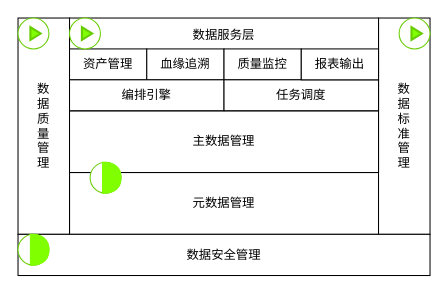
This is 数据平台分层结构.drawio from jingmian/design-repo, a draw.io file, before an edit. Source tidied: cells renumbered, new cells numbered last; positions are measured from the earlier drawing's top-left corner, leaving out a move shared by most shapes. Both pictures are drawn from the tidied source at 103%, with x=0, y=0 at pixel (18, 18).
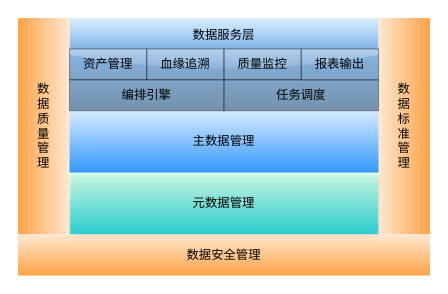
The same diagram, later.

Commit message:
更新数据平台分层结构.drawio

What changed in the source:
```diff
@@
+    <mxCell id="7" value="数据服务层&lt;br&gt;&lt;br&gt;&lt;br&gt;&lt;br&gt;&lt;br&gt;" style="rounded=0;whiteSpace=wrap;html=1;align=center;strokeColor=none;fillColor=#3399FF;gradientColor=#003366;opacity=90;shadow=0;comic=0;glass=1;" parent="1" vertex="1">
+      <mxGeometry x="50" width="300" height="90" as="geometry" />
+    </mxCell>
-    <mxCell id="2" value="元数据管理" style="rounded=0;whiteSpace=wrap;html=1;" parent="1" vertex="1">
+    <mxCell id="2" value="元数据管理" style="rounded=0;whiteSpace=wrap;html=1;fillColor=#CCFFE6;gradientColor=#00CCCC;strokeColor=none;shadow=1;opacity=80;" parent="1" vertex="1">
       <mxGeometry x="50" y="150" width="300" height="60" as="geometry" />
     </mxCell>
-    <mxCell id="3" value="数&lt;br&gt;据&lt;br&gt;质&lt;br&gt;量&lt;br&gt;管&lt;br&gt;理" style="rounded=0;whiteSpace=wrap;html=1;" parent="1" vertex="1">
+    <mxCell id="3" value="数&lt;br&gt;据&lt;br&gt;质&lt;br&gt;量&lt;br&gt;管&lt;br&gt;理" style="rounded=0;whiteSpace=wrap;html=1;gradientColor=#FF9933;fillColor=#FFE6CC;gradientDirection=west;strokeColor=none;shadow=0;glass=0;opacity=90;" parent="1" vertex="1">
       <mxGeometry width="50" height="210" as="geometry" />
     </mxCell>
-    <mxCell id="4" value="数&lt;br&gt;据&lt;br&gt;标&lt;br&gt;准&lt;br&gt;管&lt;br&gt;理" style="rounded=0;whiteSpace=wrap;html=1;" parent="1" vertex="1">
+    <mxCell id="4" value="数&lt;br&gt;据&lt;br&gt;标&lt;br&gt;准&lt;br&gt;管&lt;br&gt;理" style="rounded=0;whiteSpace=wrap;html=1;shadow=0;strokeColor=none;fillColor=#FFE6CC;gradientColor=#FF9933;gradientDirection=east;glass=0;fontColor=#000000;opacity=90;" parent="1" vertex="1">
       <mxGeometry x="350" width="50" height="210" as="geometry" />
     </mxCell>
-    <mxCell id="5" value="数据安全管理" style="rounded=0;whiteSpace=wrap;html=1;" parent="1" vertex="1">
+    <mxCell id="5" value="数据安全管理" style="rounded=0;whiteSpace=wrap;html=1;fillColor=#FFE6CC;strokeColor=none;gradientColor=#FF9933;comic=0;shadow=0;gradientDirection=south;glass=0;opacity=90;" parent="1" vertex="1">
       <mxGeometry y="210" width="400" height="40" as="geometry" />
     </mxCell>
-    <mxCell id="6" value="主数据管理" style="rounded=0;whiteSpace=wrap;html=1;" parent="1" vertex="1">
+    <mxCell id="6" value="主数据管理" style="rounded=0;whiteSpace=wrap;html=1;fillColor=#CCE5FF;gradientColor=#007FFF;strokeColor=none;opacity=80;" parent="1" vertex="1">
       <mxGeometry x="50" y="90" width="300" height="60" as="geometry" />
     </mxCell>
-    <mxCell id="7" value="数据服务层&lt;br&gt;&lt;br&gt;&lt;br&gt;&lt;br&gt;&lt;br&gt;" style="rounded=0;whiteSpace=wrap;html=1;align=center;strokeColor=#000000;" parent="1" vertex="1">
-      <mxGeometry x="50" width="300" height="90" as="geometry" />
-    </mxCell>
-    <mxCell id="8" value="资产管理" style="rounded=0;whiteSpace=wrap;html=1;" parent="1" vertex="1">
+    <mxCell id="8" value="资产管理" style="rounded=0;whiteSpace=wrap;html=1;opacity=40;" parent="1" vertex="1">
       <mxGeometry x="50" y="30" width="75" height="30" as="geometry" />
     </mxCell>
-    <mxCell id="9" value="血缘追溯" style="rounded=0;whiteSpace=wrap;html=1;" parent="1" vertex="1">
+    <mxCell id="9" value="血缘追溯" style="rounded=0;whiteSpace=wrap;html=1;opacity=40;" parent="1" vertex="1">
       <mxGeometry x="125" y="30" width="75" height="30" as="geometry" />
     </mxCell>
-    <mxCell id="10" value="质量监控" style="rounded=0;whiteSpace=wrap;html=1;" parent="1" vertex="1">
+    <mxCell id="10" value="质量监控" style="rounded=0;whiteSpace=wrap;html=1;opacity=40;" parent="1" vertex="1">
       <mxGeometry x="200" y="30" width="75" height="30" as="geometry" />
     </mxCell>
-    <mxCell id="11" value="编排引擎" style="rounded=0;whiteSpace=wrap;html=1;" parent="1" vertex="1">
+    <mxCell id="11" value="编排引擎" style="rounded=0;whiteSpace=wrap;html=1;opacity=40;" parent="1" vertex="1">
       <mxGeometry x="50" y="60" width="150" height="30" as="geometry" />
     </mxCell>
-    <mxCell id="12" value="任务调度" style="rounded=0;whiteSpace=wrap;html=1;" parent="1" vertex="1">
+    <mxCell id="12" value="任务调度" style="rounded=0;whiteSpace=wrap;html=1;opacity=40;" parent="1" vertex="1">
       <mxGeometry x="200" y="60" width="150" height="30" as="geometry" />
     </mxCell>
-    <mxCell id="13" value="报表输出" style="rounded=0;whiteSpace=wrap;html=1;" parent="1" vertex="1">
+    <mxCell id="13" value="报表输出" style="rounded=0;whiteSpace=wrap;html=1;opacity=40;" parent="1" vertex="1">
       <mxGeometry x="275" y="30" width="75" height="30" as="geometry" />
     </mxCell>
-    <mxCell id="14" style="group;" parent="1" vertex="1">
-      <mxGeometry width="30" height="30" as="geometry" />
-    </mxCell>
-    <mxCell id="15" style="group;" parent="14" vertex="1">
-      <mxGeometry width="30" height="30" as="geometry" />
-    </mxCell>
-    <mxCell id="16" style="ellipse;whiteSpace=wrap;html=1;strokeColor=#66CC00;" parent="15" vertex="1">
-      <mxGeometry width="30" height="30" as="geometry" />
-    </mxCell>
-    <mxCell id="17" style="triangle;whiteSpace=wrap;html=1;strokeColor=#66CC00;strokeWidth=2;fillColor=#80FF00;" parent="15" vertex="1">
-      <mxGeometry x="12" y="8.8" width="10" height="12.5" as="geometry" />
-    </mxCell>
-    <mxCell id="18" style="group;" parent="1" vertex="1">
-      <mxGeometry x="370" width="30" height="30" as="geometry" />
-    </mxCell>
-    <mxCell id="19" style="group;" parent="18" vertex="1">
-      <mxGeometry width="30" height="30" as="geometry" />
-    </mxCell>
-    <mxCell id="20" style="ellipse;whiteSpace=wrap;html=1;strokeColor=#66CC00;" parent="19" vertex="1">
-      <mxGeometry width="30" height="30" as="geometry" />
-    </mxCell>
-    <mxCell id="21" style="triangle;whiteSpace=wrap;html=1;strokeColor=#66CC00;strokeWidth=2;fillColor=#80FF00;" parent="19" vertex="1">
-      <mxGeometry x="12" y="8.8" width="10" height="12.5" as="geometry" />
-    </mxCell>
-    <mxCell id="22" style="group;" parent="1" vertex="1">
-      <mxGeometry x="50" width="30" height="30" as="geometry" />
-    </mxCell>
-    <mxCell id="23" style="group;" parent="22" vertex="1">
-      <mxGeometry width="30" height="30" as="geometry" />
-    </mxCell>
-    <mxCell id="24" style="ellipse;whiteSpace=wrap;html=1;strokeColor=#66CC00;" parent="23" vertex="1">
-      <mxGeometry width="30" height="30" as="geometry" />
-    </mxCell>
-    <mxCell id="25" style="triangle;whiteSpace=wrap;html=1;strokeColor=#66CC00;strokeWidth=2;fillColor=#80FF00;" parent="23" vertex="1">
-      <mxGeometry x="12" y="8.8" width="10" height="12.5" as="geometry" />
-    </mxCell>
-    <mxCell id="26" style="group;" parent="1" vertex="1">
-      <mxGeometry y="210" width="30" height="40" as="geometry" />
-    </mxCell>
-    <mxCell id="27" style="group;" parent="26" vertex="1">
-      <mxGeometry width="30" height="40" as="geometry" />
-    </mxCell>
-    <mxCell id="28" style="group;" parent="27" vertex="1">
-      <mxGeometry width="30" height="40" as="geometry" />
-    </mxCell>
-    <mxCell id="29" style="group;" parent="28" vertex="1">
-      <mxGeometry width="30" height="40" as="geometry" />
-    </mxCell>
-    <mxCell id="30" style="ellipse;whiteSpace=wrap;html=1;strokeColor=#66CC00;" parent="29" vertex="1">
-      <mxGeometry width="30" height="30" as="geometry" />
-    </mxCell>
-    <mxCell id="31" style="shape=or;whiteSpace=wrap;html=1;strokeColor=#80FF00;strokeWidth=1;fillColor=#80FF00;" parent="29" vertex="1">
-      <mxGeometry x="12" width="18" height="30" as="geometry" />
-    </mxCell>
-    <mxCell id="32" style="group;" parent="1" vertex="1">
-      <mxGeometry x="70" y="140" width="30" height="40" as="geometry" />
-    </mxCell>
-    <mxCell id="33" style="group;" parent="32" vertex="1">
-      <mxGeometry width="30" height="40" as="geometry" />
-    </mxCell>
-    <mxCell id="34" style="group;" parent="33" vertex="1">
-      <mxGeometry width="30" height="40" as="geometry" />
-    </mxCell>
-    <mxCell id="35" style="group;" parent="34" vertex="1">
-      <mxGeometry width="30" height="40" as="geometry" />
-    </mxCell>
-    <mxCell id="36" style="group;" parent="35" vertex="1">
-      <mxGeometry width="30" height="40" as="geometry" />
-    </mxCell>
-    <mxCell id="37" style="ellipse;whiteSpace=wrap;html=1;strokeColor=#66CC00;" parent="36" vertex="1">
-      <mxGeometry width="30" height="30" as="geometry" />
-    </mxCell>
-    <mxCell id="38" style="shape=or;whiteSpace=wrap;html=1;strokeColor=#80FF00;strokeWidth=1;fillColor=#80FF00;" parent="36" vertex="1">
-      <mxGeometry x="12" width="18" height="30" as="geometry" />
-    </mxCell>
```
